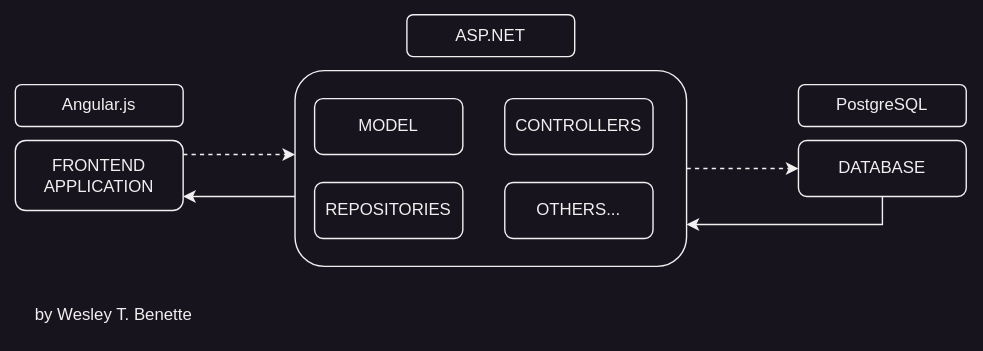
This is fw-secure-notes/mvc.svg from WesleyTelesBenette/my-sources-for-docs, a draw.io export, as it was before one commit. Source tidied: cells renumbered, new cells last; positions are measured from the earlier drawing's top-left corner, leaving out a move shared by most shapes.
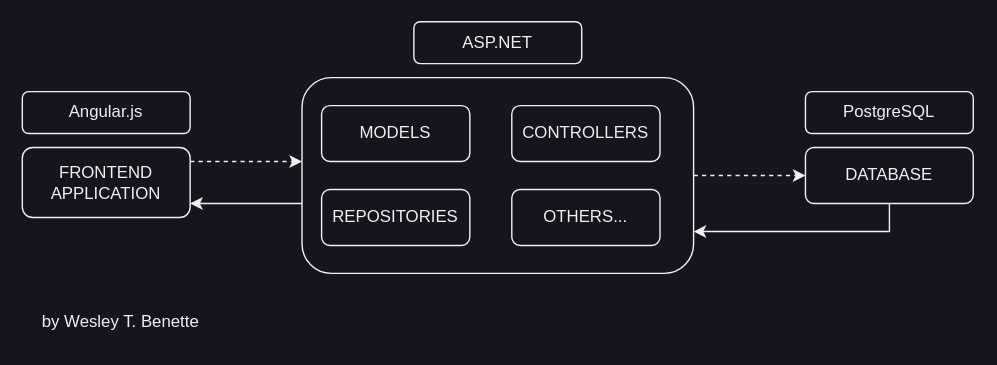
Above is the later version.

The edit, as a diff of the source:
```diff
@@ -23,7 +23,7 @@
     <mxCell id="6" style="rounded=1;whiteSpace=wrap;html=1;fillColor=#06050800;" parent="1" vertex="1">
       <mxGeometry x="200" y="40" width="280" height="140" as="geometry" />
     </mxCell>
-    <mxCell id="7" value="MODEL" style="rounded=1;whiteSpace=wrap;html=1;fillColor=#06050800;" parent="1" vertex="1">
+    <mxCell id="7" value="MODELS" style="rounded=1;whiteSpace=wrap;html=1;fillColor=#06050800;" parent="1" vertex="1">
       <mxGeometry x="214" y="60" width="106" height="40" as="geometry" />
     </mxCell>
     <mxCell id="8" value="CONTROLLERS" style="rounded=1;whiteSpace=wrap;html=1;fillColor=#06050800;" parent="1" vertex="1">
```
